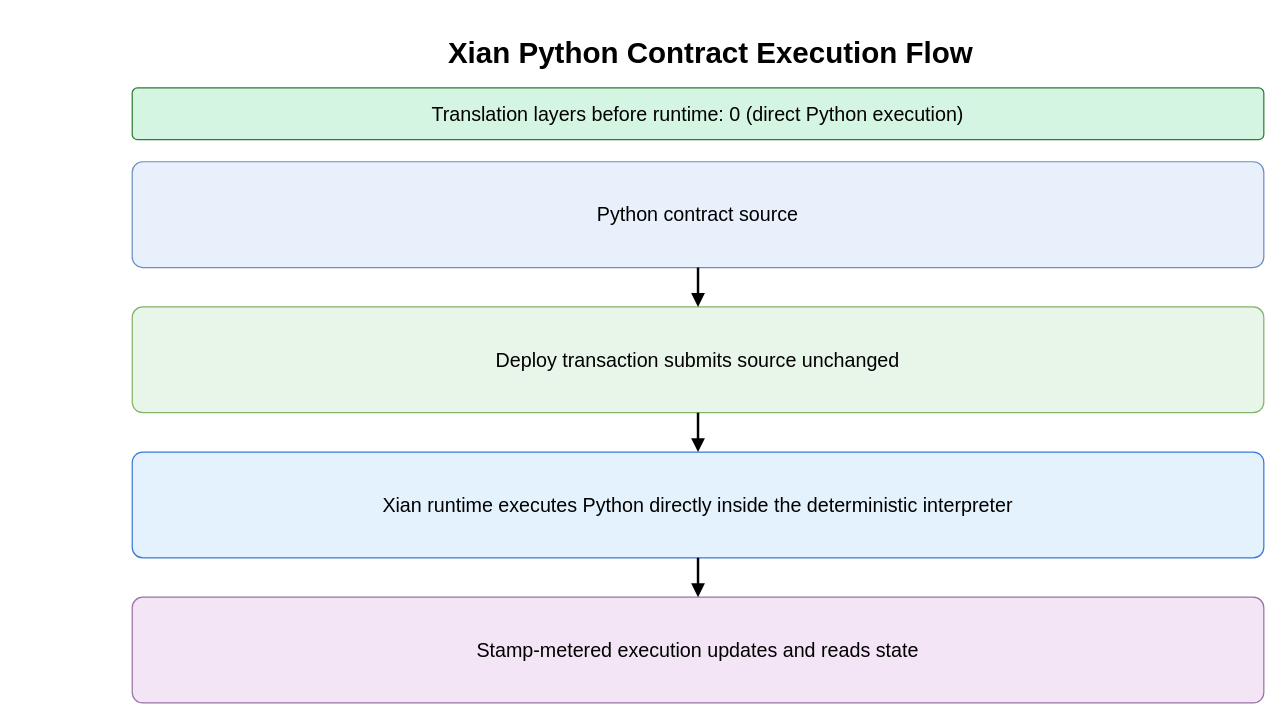
This is assets/contracting_flows/xian_flow.drawio from Endogen/xian-tech-website, a draw.io file, before an edit. Source tidied: cells renumbered, new cells numbered last; positions are measured from the earlier drawing's top-left corner, leaving out a move shared by most shapes. Both pictures are drawn from the tidied source at 123%, with x=0, y=0 at pixel (132, 31).
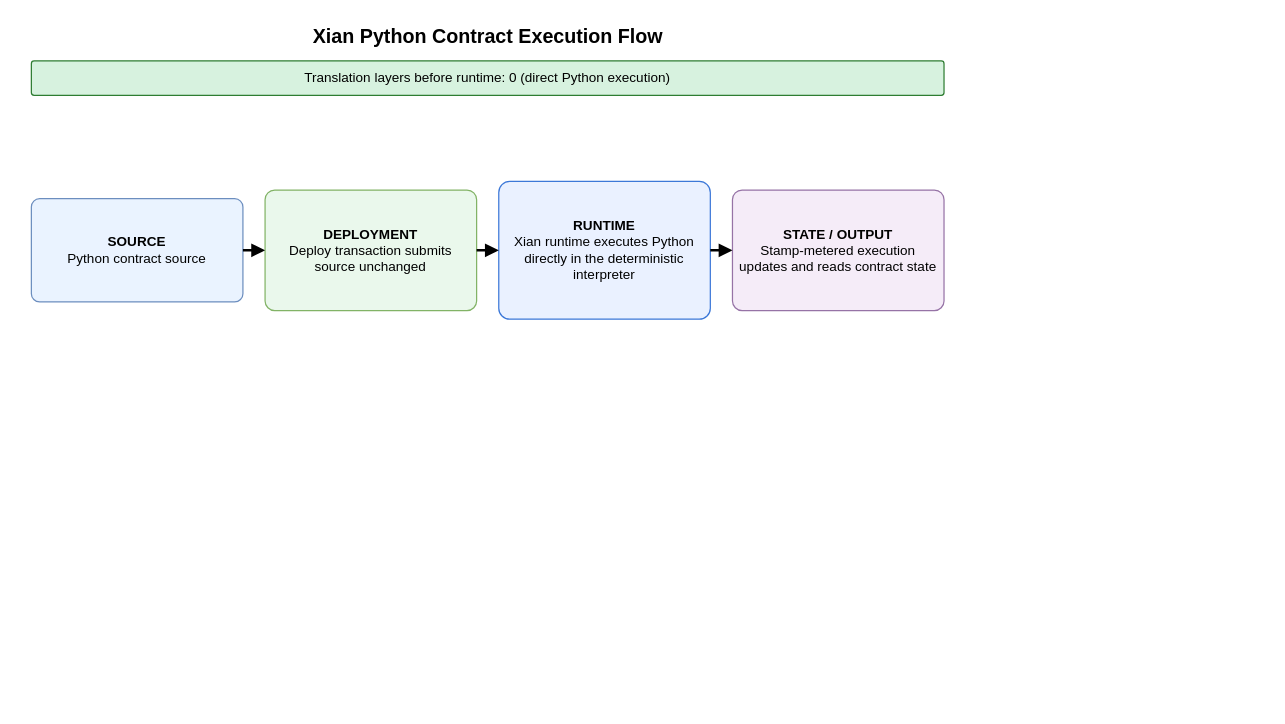
The same page after the edit.

Diff of the diagram source:
```diff
@@
 <mxGraphModel>
   <root>
     <mxCell id="0" />
     <mxCell id="1" parent="0" />
-    <mxCell id="2" value="Xian Python Contract Execution Flow" style="text;html=1;strokeColor=none;fillColor=none;align=center;verticalAlign=middle;fontSize=24;fontStyle=1;" parent="1" vertex="1">
-      <mxGeometry x="40" width="860" height="36" as="geometry" />
+    <mxCell id="2" value="Xian Python Contract Execution Flow" style="text;html=1;strokeColor=none;fillColor=none;align=center;verticalAlign=middle;fontSize=16;fontStyle=1;" parent="1" vertex="1">
+      <mxGeometry x="-90" y="-8" width="758" height="24" as="geometry" />
     </mxCell>
-    <mxCell id="3" value="Translation layers before runtime: 0 (direct Python execution)" style="rounded=1;whiteSpace=wrap;html=1;arcSize=10;fillColor=#D5F5E3;strokeColor=#2E7D32;fontSize=16;" parent="1" vertex="1">
-      <mxGeometry y="46" width="920" height="42" as="geometry" />
+    <mxCell id="3" value="Translation layers before runtime: 0 (direct Python execution)" style="rounded=1;whiteSpace=wrap;html=1;arcSize=8;fillColor=#D7F2DF;strokeColor=#2E7D32;fontSize=11;align=center;verticalAlign=middle;" parent="1" vertex="1">
+      <mxGeometry x="-82" y="24" width="742" height="28" as="geometry" />
     </mxCell>
-    <mxCell id="4" value="Python contract source" style="rounded=1;whiteSpace=wrap;html=1;arcSize=10;fillColor=#E8F1FB;strokeColor=#6C8EBF;fontSize=16;fontStyle=0;" parent="1" vertex="1">
-      <mxGeometry y="106" width="920" height="86" as="geometry" />
-    </mxCell>
-    <mxCell id="5" value="Deploy transaction submits source unchanged" style="rounded=1;whiteSpace=wrap;html=1;arcSize=10;fillColor=#E8F5E9;strokeColor=#82B366;fontSize=16;fontStyle=0;" parent="1" vertex="1">
-      <mxGeometry y="224" width="920" height="86" as="geometry" />
-    </mxCell>
-    <mxCell id="6" value="Xian runtime executes Python directly&amp;#xa;inside the deterministic interpreter" style="rounded=1;whiteSpace=wrap;html=1;arcSize=10;fillColor=#E3F2FD;strokeColor=#3C78D8;fontSize=16;fontStyle=0;" parent="1" vertex="1">
-      <mxGeometry y="342" width="920" height="86" as="geometry" />
-    </mxCell>
-    <mxCell id="7" value="Stamp-metered execution updates and reads state" style="rounded=1;whiteSpace=wrap;html=1;arcSize=10;fillColor=#F3E5F5;strokeColor=#9673A6;fontSize=16;fontStyle=0;" parent="1" vertex="1">
-      <mxGeometry y="460" width="920" height="86" as="geometry" />
-    </mxCell>
+    <mxCell id="11" value="&lt;b&gt;SOURCE&lt;/b&gt;&lt;br&gt;Python contract source" style="rounded=1;whiteSpace=wrap;html=1;arcSize=8;fillColor=#EAF3FF;strokeColor=#6C8EBF;fontSize=11;align=center;verticalAlign=middle;spacing=6;" parent="1" vertex="1">
+      <mxGeometry x="-82" y="136" width="172" height="84" as="geometry" />
+    </mxCell>
+    <mxCell id="12" value="&lt;b&gt;DEPLOYMENT&lt;/b&gt;&lt;br&gt;Deploy transaction submits source unchanged" style="rounded=1;whiteSpace=wrap;html=1;arcSize=8;fillColor=#EAF8EC;strokeColor=#82B366;fontSize=11;align=center;verticalAlign=middle;spacing=6;" parent="1" vertex="1">
+      <mxGeometry x="108" y="129" width="172" height="98" as="geometry" />
+    </mxCell>
+    <mxCell id="13" value="&lt;b&gt;RUNTIME&lt;/b&gt;&lt;br&gt;Xian runtime executes Python directly in the deterministic interpreter" style="rounded=1;whiteSpace=wrap;html=1;arcSize=8;fillColor=#EAF1FF;strokeColor=#3C78D8;fontSize=11;align=center;verticalAlign=middle;spacing=6;" parent="1" vertex="1">
+      <mxGeometry x="298" y="122" width="172" height="112" as="geometry" />
+    </mxCell>
+    <mxCell id="14" value="&lt;b&gt;STATE / OUTPUT&lt;/b&gt;&lt;br&gt;Stamp-metered execution updates and reads contract state" style="rounded=1;whiteSpace=wrap;html=1;arcSize=8;fillColor=#F5ECF8;strokeColor=#9673A6;fontSize=11;align=center;verticalAlign=middle;spacing=6;" parent="1" vertex="1">
+      <mxGeometry x="488" y="129" width="172" height="98" as="geometry" />
+    </mxCell>
-    <mxCell id="8" style="endArrow=block;endFill=1;html=1;rounded=0;strokeWidth=2;edgeStyle=orthogonalEdgeStyle;jettySize=auto;" parent="1" edge="1" source="4" target="5">
+    <mxCell id="8" style="endArrow=block;endFill=1;html=1;rounded=1;strokeWidth=2;edgeStyle=orthogonalEdgeStyle;" parent="1" edge="1" source="11" target="12">
       <mxGeometry relative="1" as="geometry" />
     </mxCell>
-    <mxCell id="9" style="endArrow=block;endFill=1;html=1;rounded=0;strokeWidth=2;edgeStyle=orthogonalEdgeStyle;jettySize=auto;" parent="1" edge="1" source="5" target="6">
+    <mxCell id="9" style="endArrow=block;endFill=1;html=1;rounded=1;strokeWidth=2;edgeStyle=orthogonalEdgeStyle;" parent="1" edge="1" source="12" target="13">
       <mxGeometry relative="1" as="geometry" />
     </mxCell>
-    <mxCell id="10" style="endArrow=block;endFill=1;html=1;rounded=0;strokeWidth=2;edgeStyle=orthogonalEdgeStyle;jettySize=auto;" parent="1" edge="1" source="6" target="7">
+    <mxCell id="10" style="endArrow=block;endFill=1;html=1;rounded=1;strokeWidth=2;edgeStyle=orthogonalEdgeStyle;" parent="1" edge="1" source="13" target="14">
       <mxGeometry relative="1" as="geometry" />
     </mxCell>
   </root>
 </mxGraphModel>
```
